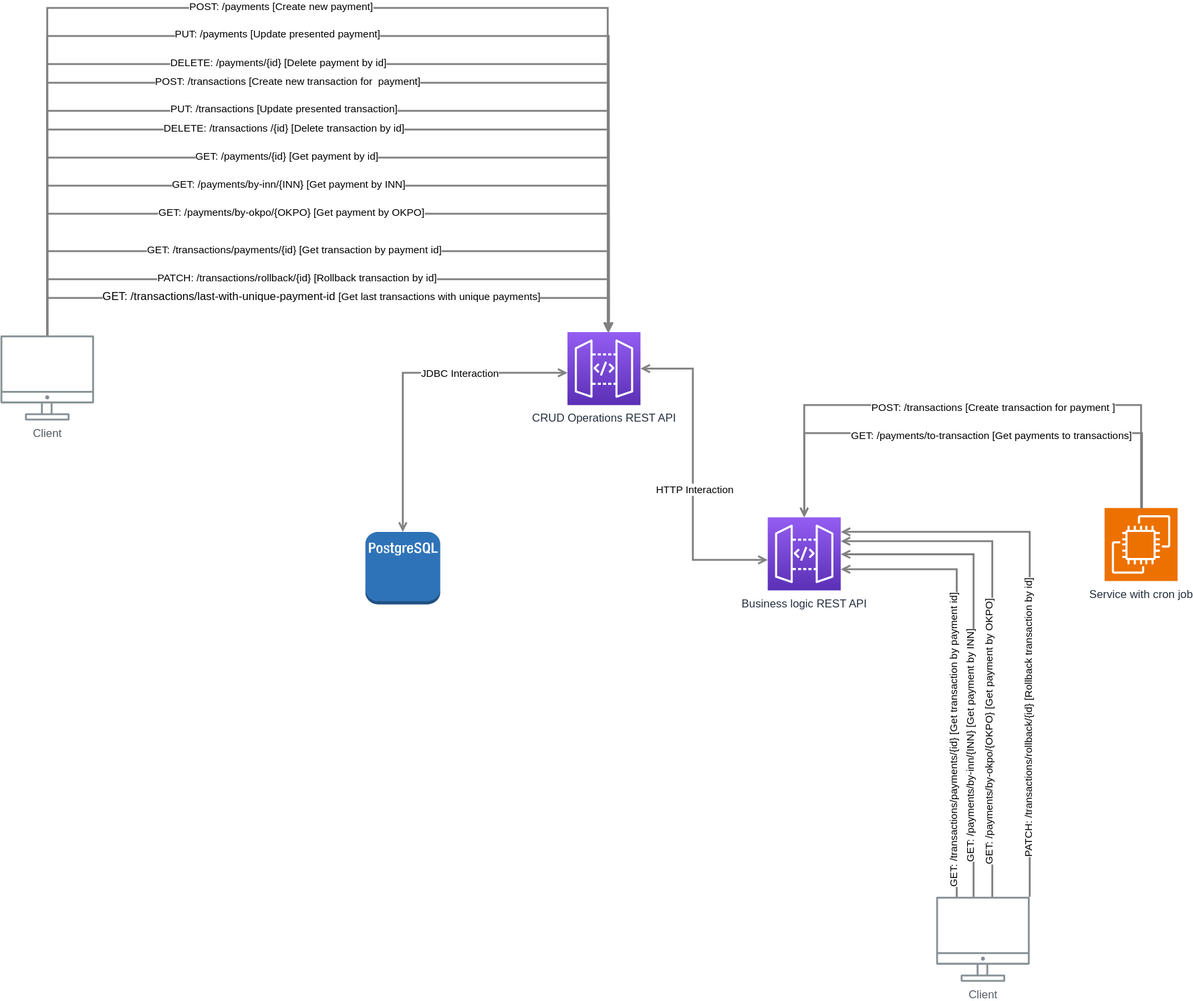
Noct2000/payment-system keeps this draw.io diagram as diagram.svg. Above is the earlier version. Source tidied: cells renumbered, new cells last; positions are measured from the earlier drawing's top-left corner, leaving out a move shared by most shapes. The source it was exported from:
```xml
<mxGraphModel>
  <root>
    <mxCell id="0" />
    <mxCell id="1" parent="0" />
    <mxCell id="2" value="Client" style="outlineConnect=0;gradientColor=none;fontColor=#545B64;strokeColor=none;fillColor=#879196;dashed=0;verticalLabelPosition=bottom;verticalAlign=top;align=center;html=1;fontSize=12;fontStyle=0;shape=mxgraph.aws4.illustration_desktop;labelBackgroundColor=#ffffff;" parent="1" vertex="1">
      <mxGeometry y="350" width="100" height="91" as="geometry" />
    </mxCell>
    <mxCell id="3" value="CRUD Operations REST API" style="outlineConnect=0;fontColor=#232F3E;gradientColor=#945DF2;gradientDirection=north;fillColor=#5A30B5;strokeColor=#ffffff;dashed=0;verticalLabelPosition=bottom;verticalAlign=top;align=center;html=1;fontSize=12;fontStyle=0;shape=mxgraph.aws4.resourceIcon;resIcon=mxgraph.aws4.api_gateway;labelBackgroundColor=#ffffff;" parent="1" vertex="1">
      <mxGeometry x="606" y="346.5" width="78" height="78" as="geometry" />
    </mxCell>
    <mxCell id="4" style="edgeStyle=orthogonalEdgeStyle;rounded=0;jettySize=auto;html=1;startArrow=none;startFill=0;endArrow=open;endFill=0;strokeWidth=2;strokeColor=#808080;" parent="1" edge="1" source="2" target="3">
      <mxGeometry relative="1" as="geometry">
        <Array as="points">
          <mxPoint x="50" />
          <mxPoint x="649" />
        </Array>
      </mxGeometry>
    </mxCell>
    <mxCell id="5" value="POST: /payments [Create new payment]" style="edgeLabel;html=1;align=center;verticalAlign=middle;" parent="4" vertex="1">
      <mxGeometry x="-0.07" y="2" relative="1" as="geometry" />
    </mxCell>
    <mxCell id="6" style="outlineConnect=0;dashed=0;verticalLabelPosition=bottom;verticalAlign=top;align=center;html=1;shape=mxgraph.aws3.postgre_sql_instance;fillColor=#2E73B8;gradientColor=none;" parent="1" vertex="1">
      <mxGeometry x="390" y="560" width="80" height="77.5" as="geometry" />
    </mxCell>
    <mxCell id="7" value="Business logic REST API" style="outlineConnect=0;fontColor=#232F3E;gradientColor=#945DF2;gradientDirection=north;fillColor=#5A30B5;strokeColor=#ffffff;dashed=0;verticalLabelPosition=bottom;verticalAlign=top;align=center;html=1;fontSize=12;fontStyle=0;shape=mxgraph.aws4.resourceIcon;resIcon=mxgraph.aws4.api_gateway;labelBackgroundColor=#ffffff;" parent="1" vertex="1">
      <mxGeometry x="820" y="544.5" width="78" height="78" as="geometry" />
    </mxCell>
    <mxCell id="8" value="Service with cron job" style="sketch=0;points=[[0,0,0],[0.25,0,0],[0.5,0,0],[0.75,0,0],[1,0,0],[0,1,0],[0.25,1,0],[0.5,1,0],[0.75,1,0],[1,1,0],[0,0.25,0],[0,0.5,0],[0,0.75,0],[1,0.25,0],[1,0.5,0],[1,0.75,0]];outlineConnect=0;fontColor=#232F3E;fillColor=#ED7100;strokeColor=#ffffff;dashed=0;verticalLabelPosition=bottom;verticalAlign=top;align=center;html=1;fontSize=12;fontStyle=0;shape=mxgraph.aws4.resourceIcon;resIcon=mxgraph.aws4.ec2;" parent="1" vertex="1">
      <mxGeometry x="1180" y="534.5" width="78" height="78" as="geometry" />
    </mxCell>
    <mxCell id="9" style="edgeStyle=orthogonalEdgeStyle;rounded=0;jettySize=auto;html=1;startArrow=none;startFill=0;endArrow=open;endFill=0;strokeWidth=2;strokeColor=#808080;" parent="1" edge="1" source="2" target="3">
      <mxGeometry relative="1" as="geometry">
        <Array as="points">
          <mxPoint x="50" y="30" />
          <mxPoint x="650" y="30" />
        </Array>
      </mxGeometry>
    </mxCell>
    <mxCell id="10" value="PUT: /payments [Update presented payment]" style="edgeLabel;html=1;align=center;verticalAlign=middle;" parent="9" vertex="1">
      <mxGeometry x="-0.08" y="3" relative="1" as="geometry" />
    </mxCell>
    <mxCell id="11" style="edgeStyle=orthogonalEdgeStyle;rounded=0;jettySize=auto;html=1;startArrow=none;startFill=0;endArrow=open;endFill=0;strokeWidth=2;strokeColor=#808080;" parent="1" edge="1" source="2" target="3">
      <mxGeometry relative="1" as="geometry">
        <Array as="points">
          <mxPoint x="50" y="60" />
          <mxPoint x="650" y="60" />
        </Array>
      </mxGeometry>
    </mxCell>
    <mxCell id="12" value="DELETE: /payments/{id} [Delete payment by id]" style="edgeLabel;html=1;align=center;verticalAlign=middle;" parent="11" vertex="1">
      <mxGeometry x="-0.09" y="2" relative="1" as="geometry" />
    </mxCell>
    <mxCell id="13" style="edgeStyle=orthogonalEdgeStyle;rounded=0;jettySize=auto;html=1;startArrow=none;startFill=0;endArrow=open;endFill=0;strokeWidth=2;strokeColor=#808080;" parent="1" edge="1" source="2" target="3">
      <mxGeometry relative="1" as="geometry">
        <Array as="points">
          <mxPoint x="50" y="80" />
          <mxPoint x="650" y="80" />
        </Array>
      </mxGeometry>
    </mxCell>
    <mxCell id="14" value="POST: /transactions [Create new transaction for&amp;nbsp; payment]" style="edgeLabel;html=1;align=center;verticalAlign=middle;" parent="13" vertex="1">
      <mxGeometry x="-0.07" y="2" relative="1" as="geometry" />
    </mxCell>
    <mxCell id="15" style="edgeStyle=orthogonalEdgeStyle;rounded=0;jettySize=auto;html=1;startArrow=none;startFill=0;endArrow=open;endFill=0;strokeWidth=2;strokeColor=#808080;" parent="1" edge="1" source="2" target="3">
      <mxGeometry relative="1" as="geometry">
        <Array as="points">
          <mxPoint x="50" y="110" />
          <mxPoint x="650" y="110" />
        </Array>
      </mxGeometry>
    </mxCell>
    <mxCell id="16" value="PUT: /transactions&amp;nbsp;[Update presented transaction]" style="edgeLabel;html=1;align=center;verticalAlign=middle;" parent="15" vertex="1">
      <mxGeometry x="-0.08" y="3" relative="1" as="geometry" />
    </mxCell>
    <mxCell id="17" style="edgeStyle=orthogonalEdgeStyle;rounded=0;jettySize=auto;html=1;startArrow=none;startFill=0;endArrow=open;endFill=0;strokeWidth=2;strokeColor=#808080;" parent="1" edge="1" source="2" target="3">
      <mxGeometry relative="1" as="geometry">
        <Array as="points">
          <mxPoint x="50" y="130" />
          <mxPoint x="650" y="130" />
        </Array>
      </mxGeometry>
    </mxCell>
    <mxCell id="18" value="DELETE: /transactions /{id} [Delete transaction by id]" style="edgeLabel;html=1;align=center;verticalAlign=middle;" parent="17" vertex="1">
      <mxGeometry x="-0.09" y="2" relative="1" as="geometry" />
    </mxCell>
    <mxCell id="19" style="edgeStyle=orthogonalEdgeStyle;rounded=0;jettySize=auto;html=1;startArrow=none;startFill=0;endArrow=open;endFill=0;strokeWidth=2;strokeColor=#808080;" parent="1" edge="1" source="2" target="3">
      <mxGeometry relative="1" as="geometry">
        <Array as="points">
          <mxPoint x="50" y="260" />
          <mxPoint x="650" y="260" />
        </Array>
      </mxGeometry>
    </mxCell>
    <mxCell id="20" value="GET: /transactions/payments/{id} [Get transaction by payment id]" style="edgeLabel;html=1;align=center;verticalAlign=middle;" parent="19" vertex="1">
      <mxGeometry x="-0.09" y="2" relative="1" as="geometry" />
    </mxCell>
    <mxCell id="21" style="edgeStyle=orthogonalEdgeStyle;rounded=0;jettySize=auto;html=1;startArrow=none;startFill=0;endArrow=open;endFill=0;strokeWidth=2;strokeColor=#808080;" parent="1" edge="1" source="2" target="3">
      <mxGeometry relative="1" as="geometry">
        <Array as="points">
          <mxPoint x="50" y="160" />
          <mxPoint x="650" y="160" />
        </Array>
      </mxGeometry>
    </mxCell>
    <mxCell id="22" value="GET: /payments/{id} [Get payment by id]" style="edgeLabel;html=1;align=center;verticalAlign=middle;" parent="21" vertex="1">
      <mxGeometry x="-0.09" y="2" relative="1" as="geometry" />
    </mxCell>
    <mxCell id="23" style="edgeStyle=orthogonalEdgeStyle;rounded=0;jettySize=auto;html=1;startArrow=none;startFill=0;endArrow=open;endFill=0;strokeWidth=2;strokeColor=#808080;" parent="1" edge="1" source="2" target="3">
      <mxGeometry relative="1" as="geometry">
        <Array as="points">
          <mxPoint x="50" y="190" />
          <mxPoint x="650" y="190" />
        </Array>
      </mxGeometry>
    </mxCell>
    <mxCell id="24" value="GET: /payments/by-inn/{INN} [Get payment by INN]" style="edgeLabel;html=1;align=center;verticalAlign=middle;" parent="23" vertex="1">
      <mxGeometry x="-0.09" y="2" relative="1" as="geometry" />
    </mxCell>
    <mxCell id="25" style="edgeStyle=orthogonalEdgeStyle;rounded=0;jettySize=auto;html=1;startArrow=none;startFill=0;endArrow=open;endFill=0;strokeWidth=2;strokeColor=#808080;" parent="1" edge="1" source="2" target="3">
      <mxGeometry relative="1" as="geometry">
        <Array as="points">
          <mxPoint x="50" y="220" />
          <mxPoint x="650" y="220" />
        </Array>
      </mxGeometry>
    </mxCell>
    <mxCell id="26" value="GET: /payments/by-okpo/{OKPO} [Get payment by OKPO]" style="edgeLabel;html=1;align=center;verticalAlign=middle;" parent="25" vertex="1">
      <mxGeometry x="-0.09" y="2" relative="1" as="geometry" />
    </mxCell>
    <mxCell id="27" style="edgeStyle=orthogonalEdgeStyle;rounded=0;jettySize=auto;html=1;startArrow=none;startFill=0;endArrow=open;endFill=0;strokeWidth=2;strokeColor=#808080;exitX=0.5;exitY=0;exitDx=0;exitDy=0;exitPerimeter=0;" parent="1" edge="1" source="8" target="7">
      <mxGeometry relative="1" as="geometry">
        <Array as="points">
          <mxPoint x="929" y="424.5" />
          <mxPoint x="590" y="424.5" />
        </Array>
      </mxGeometry>
    </mxCell>
    <mxCell id="28" value="POST: /transactions [Create transaction for payment ]" style="edgeLabel;html=1;align=center;verticalAlign=middle;" parent="27" vertex="1">
      <mxGeometry x="-0.09" y="2" relative="1" as="geometry" />
    </mxCell>
    <mxCell id="29" style="edgeStyle=orthogonalEdgeStyle;rounded=0;jettySize=auto;html=1;startArrow=none;startFill=0;endArrow=open;endFill=0;strokeWidth=2;strokeColor=#808080;exitX=0.5;exitY=0;exitDx=0;exitDy=0;exitPerimeter=0;" parent="1" edge="1" source="8" target="7">
      <mxGeometry relative="1" as="geometry">
        <Array as="points">
          <mxPoint x="1220" y="534.5" />
          <mxPoint x="1220" y="454.5" />
          <mxPoint x="859" y="454.5" />
        </Array>
      </mxGeometry>
    </mxCell>
    <mxCell id="30" value="GET: /payments/to-transaction [Get payments to transactions]" style="edgeLabel;html=1;align=center;verticalAlign=middle;" parent="29" vertex="1">
      <mxGeometry x="-0.09" y="2" relative="1" as="geometry" />
    </mxCell>
    <mxCell id="31" style="edgeStyle=orthogonalEdgeStyle;rounded=0;jettySize=auto;html=1;startArrow=none;startFill=0;endArrow=open;endFill=0;strokeWidth=2;strokeColor=#808080;" parent="1" edge="1" source="35" target="7">
      <mxGeometry relative="1" as="geometry">
        <Array as="points">
          <mxPoint x="1100" y="560" />
        </Array>
      </mxGeometry>
    </mxCell>
    <mxCell id="32" value="PATCH: /transactions/rollback/{id} [Rollback transaction by id]" style="edgeLabel;html=1;align=center;verticalAlign=middle;rotation=-90;" parent="31" vertex="1">
      <mxGeometry x="-0.09" y="2" relative="1" as="geometry">
        <mxPoint y="80" as="offset" />
      </mxGeometry>
    </mxCell>
    <mxCell id="33" style="edgeStyle=orthogonalEdgeStyle;rounded=0;jettySize=auto;html=1;startArrow=none;startFill=0;endArrow=open;endFill=0;strokeWidth=2;strokeColor=#808080;" parent="1" edge="1" source="35" target="7">
      <mxGeometry relative="1" as="geometry">
        <Array as="points">
          <mxPoint x="1040" y="584" />
        </Array>
      </mxGeometry>
    </mxCell>
    <mxCell id="34" value="GET: /payments/by-inn/{INN} [Get payment by INN]" style="edgeLabel;html=1;align=center;verticalAlign=middle;rotation=-90;" parent="33" vertex="1">
      <mxGeometry x="-0.09" y="2" relative="1" as="geometry">
        <mxPoint x="-2" y="72" as="offset" />
      </mxGeometry>
    </mxCell>
    <mxCell id="35" value="Client" style="outlineConnect=0;gradientColor=none;fontColor=#545B64;strokeColor=none;fillColor=#879196;dashed=0;verticalLabelPosition=bottom;verticalAlign=top;align=center;html=1;fontSize=12;fontStyle=0;shape=mxgraph.aws4.illustration_desktop;labelBackgroundColor=#ffffff;" parent="1" vertex="1">
      <mxGeometry x="1000" y="950" width="100" height="91" as="geometry" />
    </mxCell>
    <mxCell id="36" style="edgeStyle=orthogonalEdgeStyle;rounded=0;jettySize=auto;html=1;startArrow=none;startFill=0;endArrow=open;endFill=0;strokeWidth=2;strokeColor=#808080;" parent="1" edge="1" source="35" target="7">
      <mxGeometry relative="1" as="geometry">
        <Array as="points">
          <mxPoint x="1060" y="570" />
        </Array>
      </mxGeometry>
    </mxCell>
    <mxCell id="37" value="GET: /payments/by-okpo/{OKPO} [Get payment by OKPO]" style="edgeLabel;html=1;align=center;verticalAlign=middle;rotation=-90;" parent="36" vertex="1">
      <mxGeometry x="-0.09" y="2" relative="1" as="geometry">
        <mxPoint x="-2" y="72" as="offset" />
      </mxGeometry>
    </mxCell>
    <mxCell id="38" style="edgeStyle=orthogonalEdgeStyle;rounded=0;jettySize=auto;html=1;startArrow=none;startFill=0;endArrow=open;endFill=0;strokeWidth=2;strokeColor=#808080;" parent="1" edge="1" target="7">
      <mxGeometry relative="1" as="geometry">
        <mxPoint x="1022" y="950" as="sourcePoint" />
        <Array as="points">
          <mxPoint x="1022" y="600" />
        </Array>
      </mxGeometry>
    </mxCell>
    <mxCell id="39" value="GET: /transactions/payments/{id} [Get transaction by payment id]" style="edgeLabel;html=1;align=center;verticalAlign=middle;rotation=-90;" parent="38" vertex="1">
      <mxGeometry x="-0.09" y="2" relative="1" as="geometry">
        <mxPoint x="-2" y="50" as="offset" />
      </mxGeometry>
    </mxCell>
    <mxCell id="40" style="edgeStyle=orthogonalEdgeStyle;rounded=0;jettySize=auto;html=1;startArrow=open;startFill=0;endArrow=open;endFill=0;strokeWidth=2;strokeColor=#808080;" parent="1" edge="1" source="3" target="7">
      <mxGeometry relative="1" as="geometry">
        <Array as="points">
          <mxPoint x="740" y="386" />
          <mxPoint x="740" y="590" />
        </Array>
      </mxGeometry>
    </mxCell>
    <mxCell id="41" value="HTTP Interaction" style="edgeLabel;html=1;align=center;verticalAlign=middle;" parent="40" vertex="1">
      <mxGeometry x="0.09" y="1" relative="1" as="geometry" />
    </mxCell>
    <mxCell id="42" style="edgeStyle=orthogonalEdgeStyle;rounded=0;jettySize=auto;html=1;startArrow=open;startFill=0;endArrow=open;endFill=0;strokeWidth=2;strokeColor=#808080;entryX=0.5;entryY=0;entryDx=0;entryDy=0;entryPerimeter=0;" parent="1" edge="1" source="3" target="6">
      <mxGeometry relative="1" as="geometry">
        <Array as="points">
          <mxPoint x="430" y="390" />
        </Array>
      </mxGeometry>
    </mxCell>
    <mxCell id="43" value="JDBC Interaction" style="edgeLabel;html=1;align=center;verticalAlign=middle;" parent="42" vertex="1">
      <mxGeometry x="0.09" y="1" relative="1" as="geometry">
        <mxPoint x="59" y="-12" as="offset" />
      </mxGeometry>
    </mxCell>
    <mxCell id="44" style="edgeStyle=orthogonalEdgeStyle;rounded=0;jettySize=auto;html=1;startArrow=none;startFill=0;endArrow=open;endFill=0;strokeWidth=2;strokeColor=#808080;" parent="1" edge="1" source="2" target="3">
      <mxGeometry relative="1" as="geometry">
        <Array as="points">
          <mxPoint x="50" y="290" />
          <mxPoint x="650" y="290" />
        </Array>
      </mxGeometry>
    </mxCell>
    <mxCell id="45" value="PATCH: /transactions/rollback/{id} [Rollback transaction by id]" style="edgeLabel;html=1;align=center;verticalAlign=middle;" parent="44" vertex="1">
      <mxGeometry x="-0.09" y="2" relative="1" as="geometry" />
    </mxCell>
    <mxCell id="46" style="edgeStyle=orthogonalEdgeStyle;rounded=0;jettySize=auto;html=1;startArrow=none;startFill=0;endArrow=open;endFill=0;strokeWidth=2;strokeColor=#808080;" parent="1" edge="1" source="2" target="3">
      <mxGeometry relative="1" as="geometry">
        <Array as="points">
          <mxPoint x="50" y="310" />
          <mxPoint x="650" y="310" />
        </Array>
      </mxGeometry>
    </mxCell>
    <mxCell id="47" value="GET:&amp;nbsp;/transactions/last-with-unique-payment-id&amp;nbsp;&lt;span style=&quot;font-size: 11px;&quot;&gt;[Get last transactions with unique payments]&lt;/span&gt;" style="edgeLabel;html=1;align=center;verticalAlign=middle;fontSize=12;" parent="46" vertex="1">
      <mxGeometry x="-0.01" y="2" relative="1" as="geometry" />
    </mxCell>
  </root>
</mxGraphModel>
```
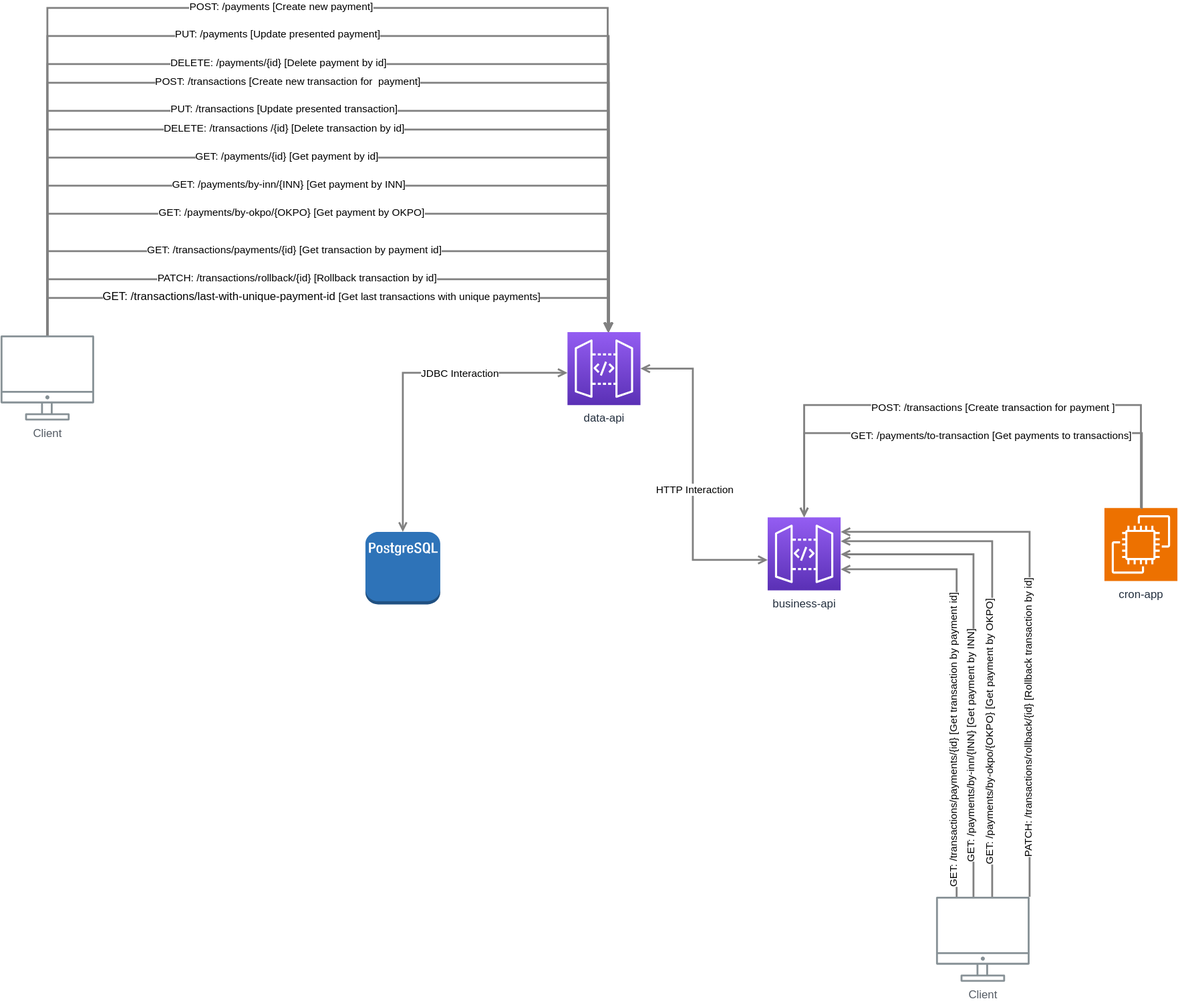
The same diagram one commit later.

Commit message:
[payment-system]: update diagram.svg

The edit, as a diff of the source:
```diff
@@ -5,7 +5,7 @@
     <mxCell id="2" value="Client" style="outlineConnect=0;gradientColor=none;fontColor=#545B64;strokeColor=none;fillColor=#879196;dashed=0;verticalLabelPosition=bottom;verticalAlign=top;align=center;html=1;fontSize=12;fontStyle=0;shape=mxgraph.aws4.illustration_desktop;labelBackgroundColor=#ffffff;" parent="1" vertex="1">
       <mxGeometry y="350" width="100" height="91" as="geometry" />
     </mxCell>
-    <mxCell id="3" value="CRUD Operations REST API" style="outlineConnect=0;fontColor=#232F3E;gradientColor=#945DF2;gradientDirection=north;fillColor=#5A30B5;strokeColor=#ffffff;dashed=0;verticalLabelPosition=bottom;verticalAlign=top;align=center;html=1;fontSize=12;fontStyle=0;shape=mxgraph.aws4.resourceIcon;resIcon=mxgraph.aws4.api_gateway;labelBackgroundColor=#ffffff;" parent="1" vertex="1">
+    <mxCell id="3" value="data-api" style="outlineConnect=0;fontColor=#232F3E;gradientColor=#945DF2;gradientDirection=north;fillColor=#5A30B5;strokeColor=#ffffff;dashed=0;verticalLabelPosition=bottom;verticalAlign=top;align=center;html=1;fontSize=12;fontStyle=0;shape=mxgraph.aws4.resourceIcon;resIcon=mxgraph.aws4.api_gateway;labelBackgroundColor=#ffffff;" parent="1" vertex="1">
       <mxGeometry x="606" y="346.5" width="78" height="78" as="geometry" />
     </mxCell>
     <mxCell id="4" style="edgeStyle=orthogonalEdgeStyle;rounded=0;jettySize=auto;html=1;startArrow=none;startFill=0;endArrow=open;endFill=0;strokeWidth=2;strokeColor=#808080;" parent="1" edge="1" source="2" target="3">
@@ -22,10 +22,10 @@
     <mxCell id="6" style="outlineConnect=0;dashed=0;verticalLabelPosition=bottom;verticalAlign=top;align=center;html=1;shape=mxgraph.aws3.postgre_sql_instance;fillColor=#2E73B8;gradientColor=none;" parent="1" vertex="1">
       <mxGeometry x="390" y="560" width="80" height="77.5" as="geometry" />
     </mxCell>
-    <mxCell id="7" value="Business logic REST API" style="outlineConnect=0;fontColor=#232F3E;gradientColor=#945DF2;gradientDirection=north;fillColor=#5A30B5;strokeColor=#ffffff;dashed=0;verticalLabelPosition=bottom;verticalAlign=top;align=center;html=1;fontSize=12;fontStyle=0;shape=mxgraph.aws4.resourceIcon;resIcon=mxgraph.aws4.api_gateway;labelBackgroundColor=#ffffff;" parent="1" vertex="1">
+    <mxCell id="7" value="business-api" style="outlineConnect=0;fontColor=#232F3E;gradientColor=#945DF2;gradientDirection=north;fillColor=#5A30B5;strokeColor=#ffffff;dashed=0;verticalLabelPosition=bottom;verticalAlign=top;align=center;html=1;fontSize=12;fontStyle=0;shape=mxgraph.aws4.resourceIcon;resIcon=mxgraph.aws4.api_gateway;labelBackgroundColor=#ffffff;" parent="1" vertex="1">
       <mxGeometry x="820" y="544.5" width="78" height="78" as="geometry" />
     </mxCell>
-    <mxCell id="8" value="Service with cron job" style="sketch=0;points=[[0,0,0],[0.25,0,0],[0.5,0,0],[0.75,0,0],[1,0,0],[0,1,0],[0.25,1,0],[0.5,1,0],[0.75,1,0],[1,1,0],[0,0.25,0],[0,0.5,0],[0,0.75,0],[1,0.25,0],[1,0.5,0],[1,0.75,0]];outlineConnect=0;fontColor=#232F3E;fillColor=#ED7100;strokeColor=#ffffff;dashed=0;verticalLabelPosition=bottom;verticalAlign=top;align=center;html=1;fontSize=12;fontStyle=0;shape=mxgraph.aws4.resourceIcon;resIcon=mxgraph.aws4.ec2;" parent="1" vertex="1">
+    <mxCell id="8" value="cron-app" style="sketch=0;points=[[0,0,0],[0.25,0,0],[0.5,0,0],[0.75,0,0],[1,0,0],[0,1,0],[0.25,1,0],[0.5,1,0],[0.75,1,0],[1,1,0],[0,0.25,0],[0,0.5,0],[0,0.75,0],[1,0.25,0],[1,0.5,0],[1,0.75,0]];outlineConnect=0;fontColor=#232F3E;fillColor=#ED7100;strokeColor=#ffffff;dashed=0;verticalLabelPosition=bottom;verticalAlign=top;align=center;html=1;fontSize=12;fontStyle=0;shape=mxgraph.aws4.resourceIcon;resIcon=mxgraph.aws4.ec2;" parent="1" vertex="1">
       <mxGeometry x="1180" y="534.5" width="78" height="78" as="geometry" />
     </mxCell>
     <mxCell id="9" style="edgeStyle=orthogonalEdgeStyle;rounded=0;jettySize=auto;html=1;startArrow=none;startFill=0;endArrow=open;endFill=0;strokeWidth=2;strokeColor=#808080;" parent="1" edge="1" source="2" target="3">
```
